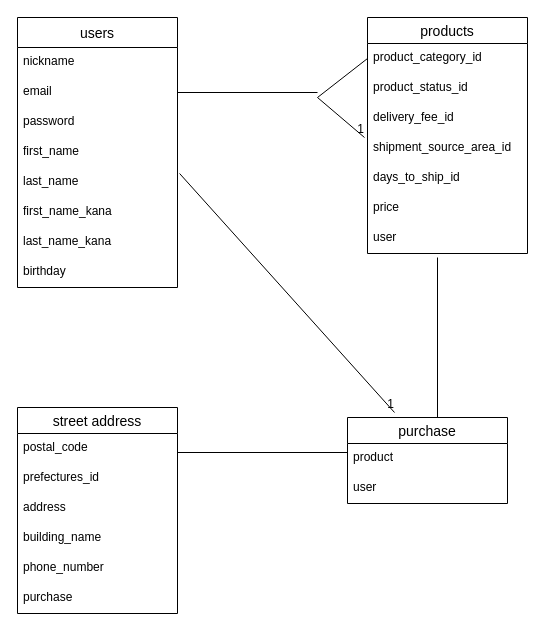
Earlier version of the draw.io diagram app/views/test.dio (hayasan19/furima-28197). Source tidied: cells renumbered, new cells numbered last; positions are measured from the earlier drawing's top-left corner, leaving out a move shared by most shapes. Both pictures are drawn from the tidied source at 100%, with x=0, y=0 at pixel (17, 17).
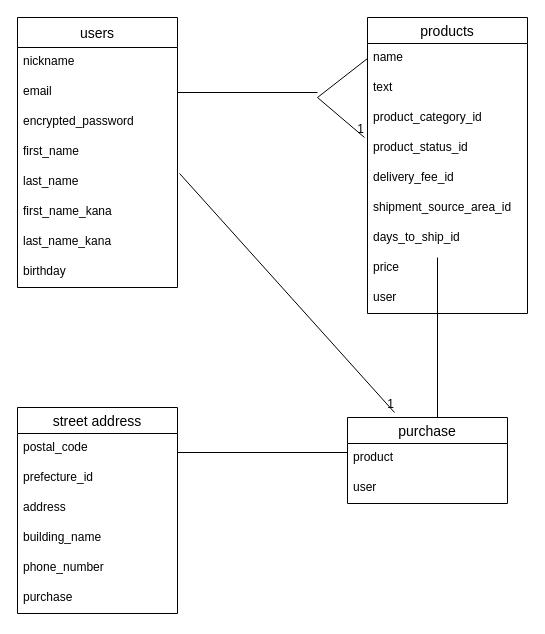
Above is the later version.

Commit message (it also covers changes not shown here):
DB設計(修正３回目)

Unchanged cells that the change refers to:
```xml
<mxCell id="2" value="users" style="swimlane;fontStyle=0;horizontal=1;startSize=30;align=center;fontSize=14;" parent="1" vertex="1">
  <mxGeometry width="160" height="270" as="geometry" />
</mxCell>
<mxCell id="28" value="street address" style="swimlane;fontStyle=0;horizontal=1;startSize=26;align=center;fontSize=14;" parent="1" vertex="1">
  <mxGeometry y="390" width="160" height="206" as="geometry" />
</mxCell>
```

The edit, as a diff of the source:
```diff
@@
-    <mxCell id="5" value="password" style="text;strokeColor=none;fillColor=none;spacingLeft=4;spacingRight=4;overflow=hidden;fontSize=12;" parent="2" vertex="1">
+    <mxCell id="5" value="encrypted_password " style="text;strokeColor=none;fillColor=none;spacingLeft=4;spacingRight=4;overflow=hidden;fontSize=12;" parent="2" vertex="1">
       <mxGeometry y="90" width="160" height="30" as="geometry" />
     </mxCell>
@@
     <mxCell id="11" value="products" style="swimlane;fontStyle=0;horizontal=1;startSize=26;align=center;fontSize=14;" parent="1" vertex="1">
-      <mxGeometry x="350" width="160" height="236" as="geometry" />
+      <mxGeometry x="350" width="160" height="296" as="geometry" />
     </mxCell>
-    <mxCell id="12" value="product_category_id " style="text;strokeColor=none;fillColor=none;spacingLeft=4;spacingRight=4;overflow=hidden;fontSize=12;" parent="11" vertex="1">
+    <mxCell id="12" value="name" style="text;strokeColor=none;fillColor=none;spacingLeft=4;spacingRight=4;overflow=hidden;fontSize=12;" parent="11" vertex="1">
       <mxGeometry y="26" width="160" height="30" as="geometry" />
     </mxCell>
+    <mxCell id="37" value="text " style="text;strokeColor=none;fillColor=none;spacingLeft=4;spacingRight=4;overflow=hidden;fontSize=12;" parent="11" vertex="1">
+      <mxGeometry y="56" width="160" height="30" as="geometry" />
+    </mxCell>
+    <mxCell id="38" value="product_category_id " style="text;strokeColor=none;fillColor=none;spacingLeft=4;spacingRight=4;overflow=hidden;fontSize=12;" parent="11" vertex="1">
+      <mxGeometry y="86" width="160" height="30" as="geometry" />
+    </mxCell>
     <mxCell id="13" value="product_status_id" style="text;strokeColor=none;fillColor=none;spacingLeft=4;spacingRight=4;overflow=hidden;fontSize=12;" parent="11" vertex="1">
-      <mxGeometry y="56" width="160" height="30" as="geometry" />
+      <mxGeometry y="116" width="160" height="30" as="geometry" />
     </mxCell>
     <mxCell id="14" value="delivery_fee_id " style="text;strokeColor=none;fillColor=none;spacingLeft=4;spacingRight=4;overflow=hidden;fontSize=12;" parent="11" vertex="1">
-      <mxGeometry y="86" width="160" height="30" as="geometry" />
+      <mxGeometry y="146" width="160" height="30" as="geometry" />
     </mxCell>
     <mxCell id="15" value="shipment_source_area_id" style="text;strokeColor=none;fillColor=none;spacingLeft=4;spacingRight=4;overflow=hidden;fontSize=12;" parent="11" vertex="1">
-      <mxGeometry y="116" width="160" height="30" as="geometry" />
+      <mxGeometry y="176" width="160" height="30" as="geometry" />
     </mxCell>
     <mxCell id="16" value="days_to_ship_id" style="text;strokeColor=none;fillColor=none;spacingLeft=4;spacingRight=4;overflow=hidden;fontSize=12;" parent="11" vertex="1">
-      <mxGeometry y="146" width="160" height="30" as="geometry" />
+      <mxGeometry y="206" width="160" height="30" as="geometry" />
     </mxCell>
     <mxCell id="17" value="price " style="text;strokeColor=none;fillColor=none;spacingLeft=4;spacingRight=4;overflow=hidden;fontSize=12;" parent="11" vertex="1">
-      <mxGeometry y="176" width="160" height="30" as="geometry" />
+      <mxGeometry y="236" width="160" height="30" as="geometry" />
     </mxCell>
     <mxCell id="18" value="user" style="text;strokeColor=none;fillColor=none;spacingLeft=4;spacingRight=4;overflow=hidden;fontSize=12;" parent="11" vertex="1">
-      <mxGeometry y="206" width="160" height="30" as="geometry" />
+      <mxGeometry y="266" width="160" height="30" as="geometry" />
     </mxCell>
@@
-    <mxCell id="30" value="prefectures_id" style="text;strokeColor=none;fillColor=none;spacingLeft=4;spacingRight=4;overflow=hidden;fontSize=12;" parent="28" vertex="1">
+    <mxCell id="30" value="prefecture_id" style="text;strokeColor=none;fillColor=none;spacingLeft=4;spacingRight=4;overflow=hidden;fontSize=12;" parent="28" vertex="1">
       <mxGeometry y="56" width="160" height="30" as="geometry" />
     </mxCell>
```
